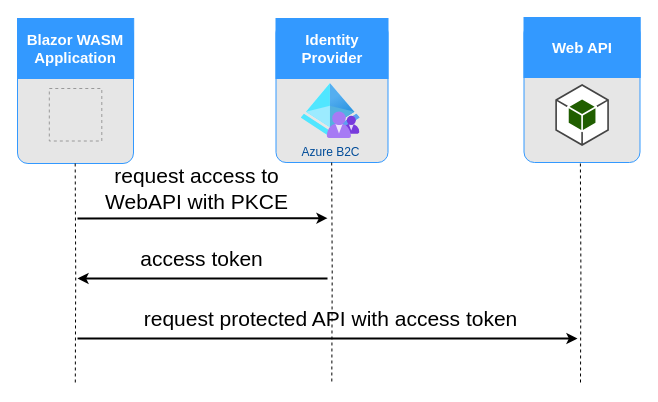
The draw.io diagram assets/img/article14/access-web-api.drawio in melmanm/melmanm.github.io, before the edit. Source tidied: cells renumbered, new cells numbered last; positions are measured from the earlier drawing's top-left corner, leaving out a move shared by most shapes. Both pictures are drawn from the tidied source at 100%, with x=0, y=0 at pixel (17, 17). Pictures stored in the file or linked from it are replaced by grey dashed boxes.
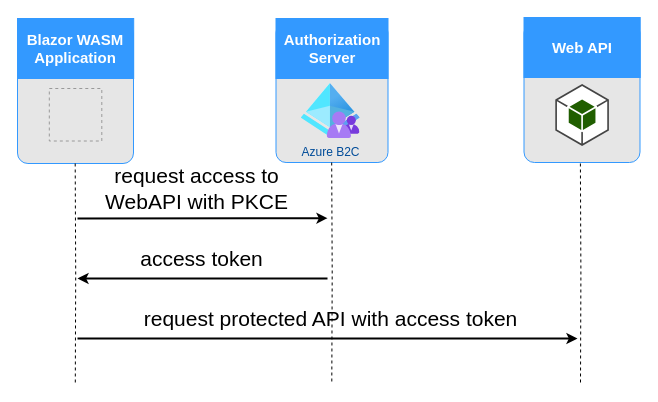
After the change.

Change to the diagram source:
```diff
@@
-    <mxCell id="6" value="Identity Provider" style="whiteSpace=wrap;html=1;strokeColor=#3399FF;strokeWidth=1;fillColor=#3399FF;fontFamily=Helvetica;fontSize=15;fontColor=#FFFFFF;fontStyle=1;" parent="1" vertex="1">
+    <mxCell id="6" value="Authorization&lt;br&gt;Server" style="whiteSpace=wrap;html=1;strokeColor=#3399FF;strokeWidth=1;fillColor=#3399FF;fontFamily=Helvetica;fontSize=15;fontColor=#FFFFFF;fontStyle=1;" parent="1" vertex="1">
       <mxGeometry x="258.5" y="1" width="112" height="60" as="geometry" />
     </mxCell>
```
